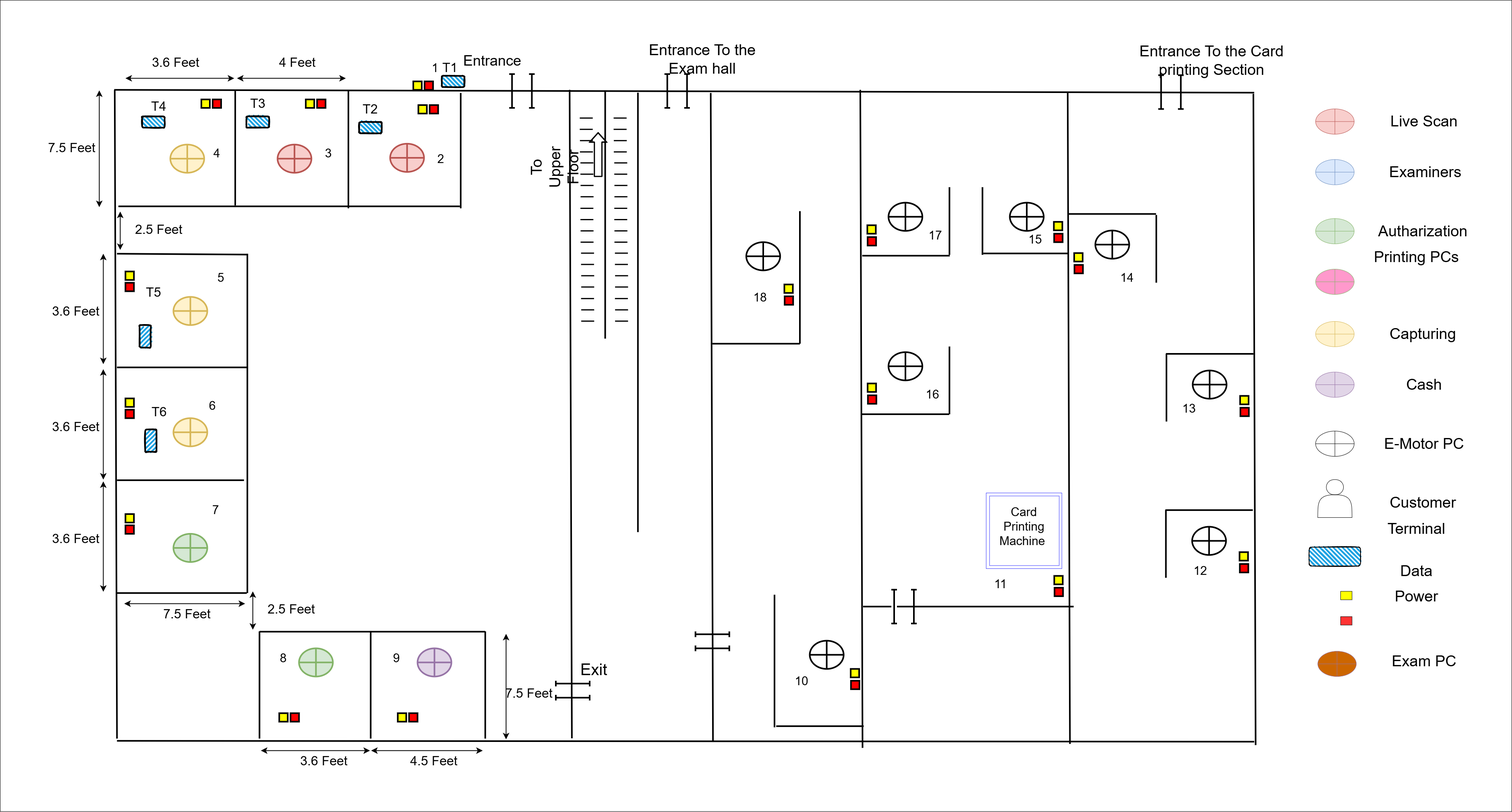
This is anuradhapura_ground.png from thushan-harshajeewa/dmt-diagrams, a draw.io export, as it was before one commit. Source tidied: cells renumbered, new cells last; positions are measured from the earlier drawing's top-left corner, leaving out a move shared by most shapes.
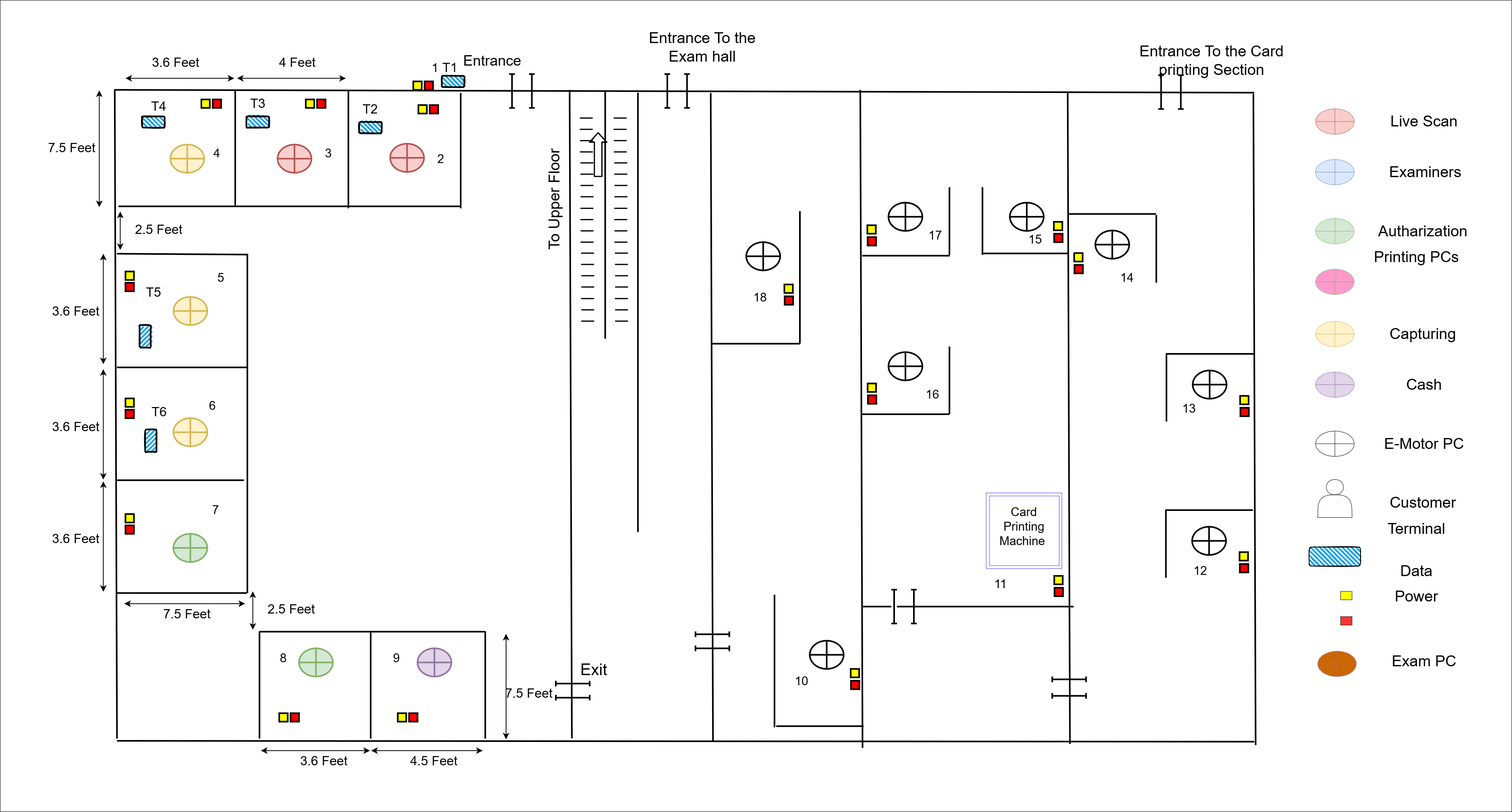
After the change.

Change to the diagram source:
```diff
@@ -463,7 +463,7 @@
       <mxGeometry x="1053.6" y="201.7" width="21" height="21" as="geometry" />
     </mxCell>
     <mxCell id="116" value="&lt;font style=&quot;font-size: 38px;&quot;&gt;Entrance To the Exam hall&lt;/font&gt;" style="text;html=1;align=center;verticalAlign=middle;whiteSpace=wrap;rounded=0;strokeWidth=4;" parent="1" vertex="1">
-      <mxGeometry x="1600.1" y="136.5" width="287.3" height="21" as="geometry" />
+      <mxGeometry x="1600.1" y="106.5" width="287.3" height="21" as="geometry" />
     </mxCell>
     <mxCell id="117" value="&lt;font style=&quot;font-size: 40px;&quot;&gt;Exit&lt;/font&gt;" style="text;html=1;align=center;verticalAlign=middle;whiteSpace=wrap;rounded=0;strokeWidth=4;" parent="1" vertex="1">
       <mxGeometry x="1453" y="1652" width="42" height="21" as="geometry" />
@@ -719,7 +719,7 @@
       </mxGeometry>
     </mxCell>
     <mxCell id="160" value="&lt;font style=&quot;font-size: 38px;&quot;&gt;To Upper Floor&lt;/font&gt;" style="text;html=1;align=center;verticalAlign=middle;whiteSpace=wrap;rounded=0;strokeWidth=4;rotation=270;" parent="1" vertex="1">
-      <mxGeometry x="1302.4" y="404.2" width="150.6" height="21" as="geometry" />
+      <mxGeometry x="1248" y="484" width="255.6" height="21" as="geometry" />
     </mxCell>
     <mxCell id="161" style="shape=crossbar;whiteSpace=wrap;html=1;rounded=1;strokeWidth=4;direction=south;" parent="1" vertex="1">
       <mxGeometry x="2875.3" y="186.3" width="14" height="84.1" as="geometry" />
@@ -988,5 +988,11 @@
     <mxCell id="237" value="&lt;font style=&quot;font-size: 32px;&quot;&gt;7.5 Feet&lt;/font&gt;" style="text;html=1;align=center;verticalAlign=middle;whiteSpace=wrap;rounded=0;strokeWidth=4;" parent="1" vertex="1">
       <mxGeometry x="1242.7" y="1711.5" width="140.4" height="21" as="geometry" />
     </mxCell>
+    <mxCell id="238" style="shape=crossbar;whiteSpace=wrap;html=1;rounded=1;strokeWidth=4;direction=west;" parent="1" vertex="1">
+      <mxGeometry x="2612" y="1680" width="84.1" height="14" as="geometry" />
+    </mxCell>
+    <mxCell id="239" style="shape=crossbar;whiteSpace=wrap;html=1;rounded=1;strokeWidth=4;direction=west;" parent="1" vertex="1">
+      <mxGeometry x="2612" y="1721" width="84.1" height="14" as="geometry" />
+    </mxCell>
   </root>
 </mxGraphModel>
```
